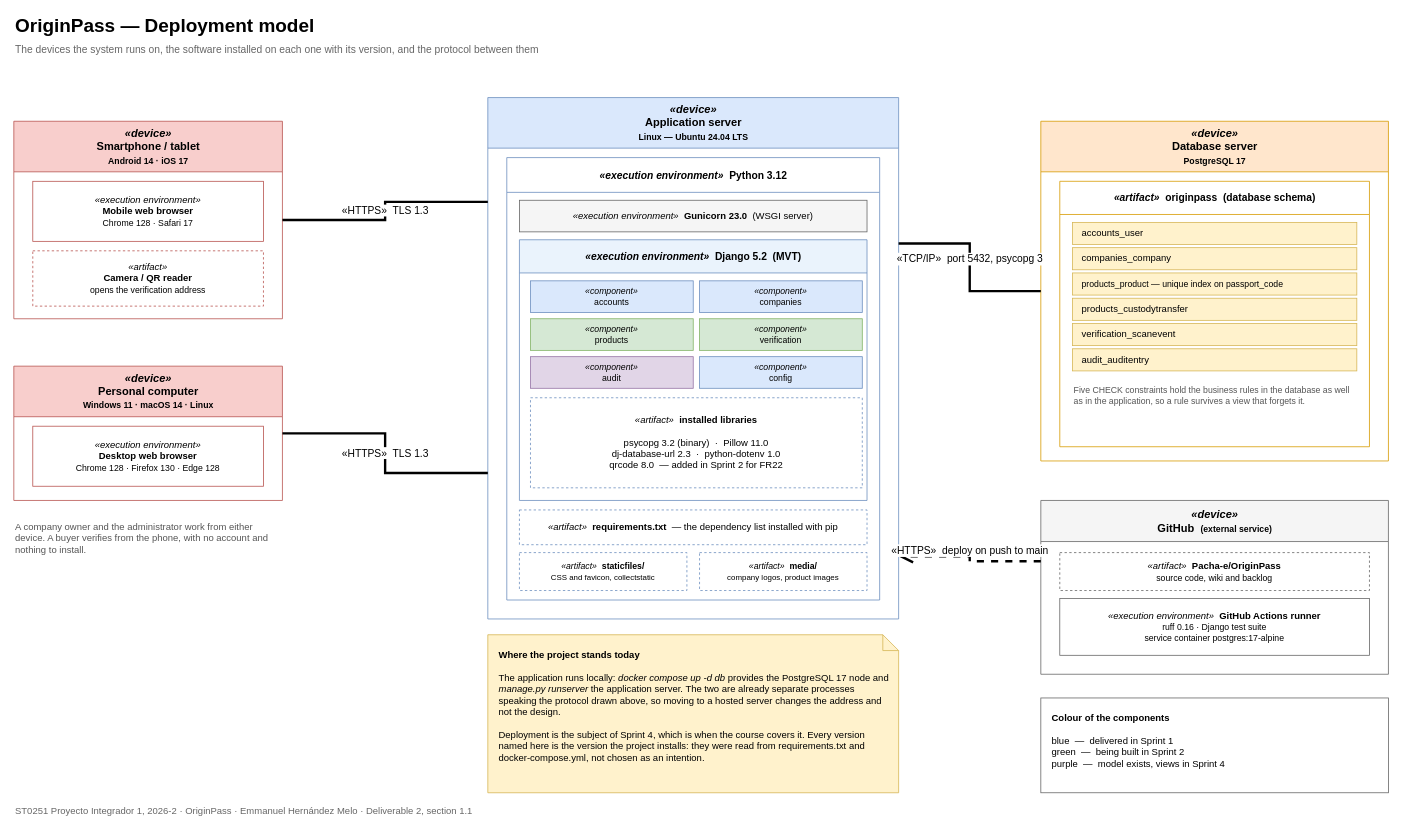
The draw.io diagram docs/diagrams/deployment-model.drawio in Pacha-e/OriginPass, before the edit. Source tidied: cells renumbered, new cells numbered last; positions are measured from the earlier drawing's top-left corner, leaving out a move shared by most shapes. Both pictures are drawn from the tidied source at 79%, with x=0, y=0 at pixel (13, 13).
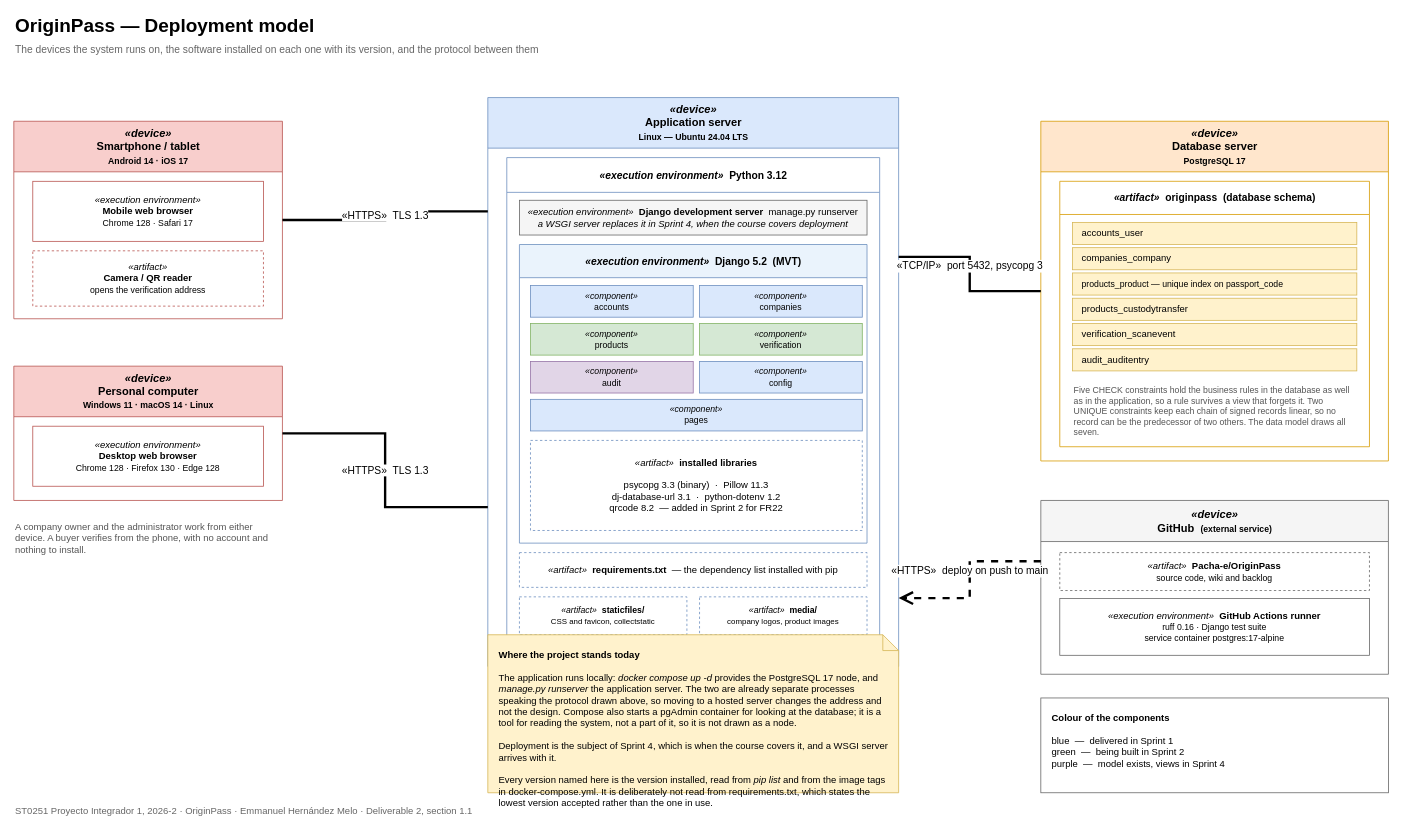
After the change.

Commit message (it also covers changes not shown here):
Make each diagram describe the system that exists

The change refers to these unchanged cells:
```xml
<mxCell id="25" value="&lt;i&gt;&amp;laquo;artifact&amp;raquo;&lt;/i&gt;&amp;nbsp; &lt;b&gt;originpass&lt;/b&gt;&amp;nbsp; (database schema)" style="swimlane;html=1;startSize=42;align=center;verticalAlign=middle;fillColor=#ffffff;strokeColor=#d79b00;fontSize=13;" parent="24" vertex="1">
  <mxGeometry x="24" y="76" width="392" height="336" as="geometry" />
</mxCell>
```

Change to the diagram source:
```diff
@@
     <mxCell id="10" value="&lt;i&gt;&amp;laquo;device&amp;raquo;&lt;/i&gt;&lt;br&gt;&lt;b&gt;Application server&lt;/b&gt;&lt;br&gt;&lt;font style=&quot;font-size: 11px;&quot;&gt;Linux — Ubuntu 24.04 LTS&lt;/font&gt;" style="swimlane;html=1;startSize=64;align=center;verticalAlign=middle;fillColor=#dae8fc;strokeColor=#6c8ebf;fontSize=14;" parent="1" vertex="1">
-      <mxGeometry x="600" y="106" width="520" height="660" as="geometry" />
+      <mxGeometry x="600" y="106" width="520" height="720" as="geometry" />
     </mxCell>
     <mxCell id="11" value="&lt;i&gt;&amp;laquo;execution environment&amp;raquo;&lt;/i&gt;&amp;nbsp; &lt;b&gt;Python 3.12&lt;/b&gt;" style="swimlane;html=1;startSize=44;align=center;verticalAlign=middle;fillColor=#ffffff;strokeColor=#6c8ebf;fontSize=13;" parent="10" vertex="1">
-      <mxGeometry x="24" y="76" width="472" height="560" as="geometry" />
+      <mxGeometry x="24" y="76" width="472" height="620" as="geometry" />
     </mxCell>
-    <mxCell id="12" value="&lt;i&gt;&amp;laquo;execution environment&amp;raquo;&lt;/i&gt;&amp;nbsp; &lt;b&gt;Gunicorn 23.0&lt;/b&gt;&amp;nbsp; (WSGI server)" style="rounded=0;whiteSpace=wrap;html=1;fillColor=#f5f5f5;strokeColor=#666666;fontSize=12;" parent="11" vertex="1">
-      <mxGeometry x="16" y="54" width="440" height="40" as="geometry" />
+    <mxCell id="12" value="&lt;i&gt;&amp;laquo;execution environment&amp;raquo;&lt;/i&gt;&amp;nbsp; &lt;b&gt;Django development server&lt;/b&gt;&amp;nbsp; manage.py runserver&lt;br&gt;&lt;i&gt;a WSGI server replaces it in Sprint 4, when the course covers deployment&lt;/i&gt;" style="rounded=0;whiteSpace=wrap;html=1;fillColor=#f5f5f5;strokeColor=#666666;fontSize=12;" parent="11" vertex="1">
+      <mxGeometry x="16" y="54" width="440" height="44" as="geometry" />
     </mxCell>
     <mxCell id="13" value="&lt;i&gt;&amp;laquo;execution environment&amp;raquo;&lt;/i&gt;&amp;nbsp; &lt;b&gt;Django 5.2&lt;/b&gt;&amp;nbsp; (MVT)" style="swimlane;html=1;startSize=42;align=center;verticalAlign=middle;fillColor=#eaf3fc;strokeColor=#6c8ebf;fontSize=13;" parent="11" vertex="1">
-      <mxGeometry x="16" y="104" width="440" height="330" as="geometry" />
+      <mxGeometry x="16" y="110" width="440" height="378" as="geometry" />
     </mxCell>
@@
+    <mxCell id="43" value="&lt;i&gt;&amp;laquo;component&amp;raquo;&lt;/i&gt;&lt;br&gt;pages" style="rounded=0;whiteSpace=wrap;html=1;fillColor=#dae8fc;strokeColor=#6c8ebf;fontSize=11;" parent="13" vertex="1">
+      <mxGeometry x="14" y="196" width="420" height="40" as="geometry" />
+    </mxCell>
-    <mxCell id="20" value="&lt;i&gt;&amp;laquo;artifact&amp;raquo;&lt;/i&gt;&amp;nbsp; &lt;b&gt;installed libraries&lt;/b&gt;&lt;br&gt;&lt;br&gt;psycopg 3.2 (binary)&amp;nbsp; ·&amp;nbsp; Pillow 11.0&lt;br&gt;dj-database-url 2.3&amp;nbsp; ·&amp;nbsp; python-dotenv 1.0&lt;br&gt;qrcode 8.0&amp;nbsp; — added in Sprint 2 for FR22" style="rounded=0;whiteSpace=wrap;html=1;fillColor=#ffffff;strokeColor=#6c8ebf;fontSize=12;dashed=1;align=center;verticalAlign=middle;" parent="13" vertex="1">
-      <mxGeometry x="14" y="200" width="420" height="114" as="geometry" />
+    <mxCell id="20" value="&lt;i&gt;&amp;laquo;artifact&amp;raquo;&lt;/i&gt;&amp;nbsp; &lt;b&gt;installed libraries&lt;/b&gt;&lt;br&gt;&lt;br&gt;psycopg 3.3 (binary)&amp;nbsp; ·&amp;nbsp; Pillow 11.3&lt;br&gt;dj-database-url 3.1&amp;nbsp; ·&amp;nbsp; python-dotenv 1.2&lt;br&gt;qrcode 8.2&amp;nbsp; — added in Sprint 2 for FR22" style="rounded=0;whiteSpace=wrap;html=1;fillColor=#ffffff;strokeColor=#6c8ebf;fontSize=12;dashed=1;align=center;verticalAlign=middle;" parent="13" vertex="1">
+      <mxGeometry x="14" y="248" width="420" height="114" as="geometry" />
     </mxCell>
     <mxCell id="21" value="&lt;i&gt;&amp;laquo;artifact&amp;raquo;&lt;/i&gt;&amp;nbsp; &lt;b&gt;requirements.txt&lt;/b&gt;&amp;nbsp; — the dependency list installed with pip" style="rounded=0;whiteSpace=wrap;html=1;fillColor=#ffffff;strokeColor=#6c8ebf;fontSize=12;dashed=1;" parent="11" vertex="1">
-      <mxGeometry x="16" y="446" width="440" height="44" as="geometry" />
+      <mxGeometry x="16" y="500" width="440" height="44" as="geometry" />
     </mxCell>
     <mxCell id="22" value="&lt;i&gt;&amp;laquo;artifact&amp;raquo;&lt;/i&gt;&amp;nbsp; &lt;b&gt;staticfiles/&lt;/b&gt;&lt;br&gt;&lt;font style=&quot;font-size: 10px;&quot;&gt;CSS and favicon, collectstatic&lt;/font&gt;" style="rounded=0;whiteSpace=wrap;html=1;fillColor=#ffffff;strokeColor=#6c8ebf;fontSize=11;dashed=1;" parent="11" vertex="1">
-      <mxGeometry x="16" y="500" width="212" height="48" as="geometry" />
+      <mxGeometry x="16" y="556" width="212" height="48" as="geometry" />
     </mxCell>
     <mxCell id="23" value="&lt;i&gt;&amp;laquo;artifact&amp;raquo;&lt;/i&gt;&amp;nbsp; &lt;b&gt;media/&lt;/b&gt;&lt;br&gt;&lt;font style=&quot;font-size: 10px;&quot;&gt;company logos, product images&lt;/font&gt;" style="rounded=0;whiteSpace=wrap;html=1;fillColor=#ffffff;strokeColor=#6c8ebf;fontSize=11;dashed=1;" parent="11" vertex="1">
-      <mxGeometry x="244" y="500" width="212" height="48" as="geometry" />
+      <mxGeometry x="244" y="556" width="212" height="48" as="geometry" />
     </mxCell>
@@
-    <mxCell id="32" value="Five CHECK constraints hold the business rules in the database as well as in the application, so a rule survives a view that forgets it." style="text;html=1;align=left;verticalAlign=top;whiteSpace=wrap;fontSize=11;fontColor=#555555;" parent="25" vertex="1">
+    <mxCell id="32" value="Five CHECK constraints hold the business rules in the database as well as in the application, so a rule survives a view that forgets it. Two UNIQUE constraints keep each chain of signed records linear, so no record can be the predecessor of two others. The data model draws all seven." style="text;html=1;align=left;verticalAlign=top;whiteSpace=wrap;fontSize=11;fontColor=#555555;" parent="25" vertex="1">
       <mxGeometry x="16" y="252" width="360" height="70" as="geometry" />
     </mxCell>
@@
-    <mxCell id="40" value="&lt;b&gt;Where the project stands today&lt;/b&gt;&lt;br&gt;&lt;br&gt;The application runs locally: &lt;i&gt;docker compose up -d db&lt;/i&gt; provides the PostgreSQL 17 node and &lt;i&gt;manage.py runserver&lt;/i&gt; the application server. The two are already separate processes speaking the protocol drawn above, so moving to a hosted server changes the address and not the design.&lt;br&gt;&lt;br&gt;Deployment is the subject of Sprint 4, which is when the course covers it. Every version named here is the version the project installs: they were read from requirements.txt and docker-compose.yml, not chosen as an intention." style="shape=note;whiteSpace=wrap;html=1;size=20;align=left;verticalAlign=top;spacing=14;fillColor=#fff2cc;strokeColor=#d6b656;fontSize=12;" parent="1" vertex="1">
+    <mxCell id="40" value="&lt;b&gt;Where the project stands today&lt;/b&gt;&lt;br&gt;&lt;br&gt;The application runs locally: &lt;i&gt;docker compose up -d&lt;/i&gt; provides the PostgreSQL 17 node, and &lt;i&gt;manage.py runserver&lt;/i&gt; the application server. The two are already separate processes speaking the protocol drawn above, so moving to a hosted server changes the address and not the design. Compose also starts a pgAdmin container for looking at the database; it is a tool for reading the system, not a part of it, so it is not drawn as a node.&lt;br&gt;&lt;br&gt;Deployment is the subject of Sprint 4, which is when the course covers it, and a WSGI server arrives with it.&lt;br&gt;&lt;br&gt;Every version named here is the version installed, read from &lt;i&gt;pip list&lt;/i&gt; and from the image tags in docker-compose.yml. It is deliberately not read from requirements.txt, which states the lowest version accepted rather than the one in use." style="shape=note;whiteSpace=wrap;html=1;size=20;align=left;verticalAlign=top;spacing=14;fillColor=#fff2cc;strokeColor=#d6b656;fontSize=12;" parent="1" vertex="1">
       <mxGeometry x="600" y="786" width="520" height="200" as="geometry" />
     </mxCell>
```
